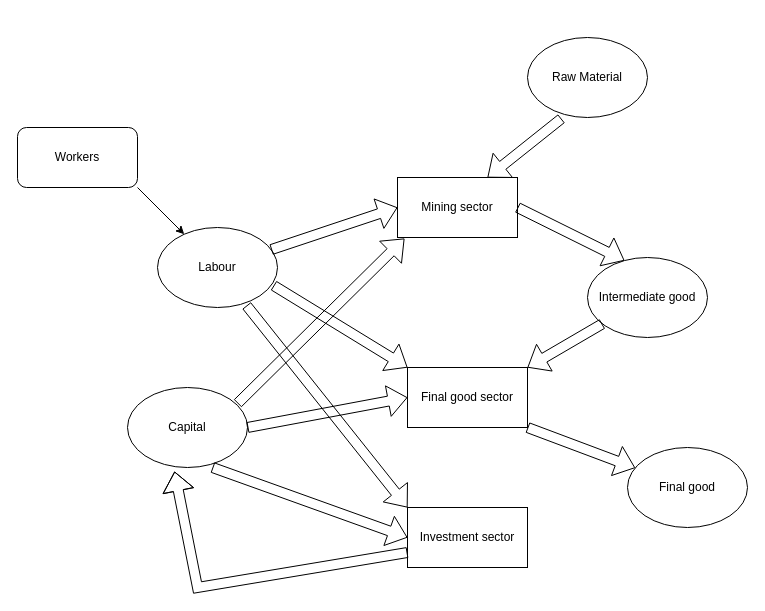
This is Untitled Diagram.drawio from zauster/draw.io, a draw.io file, before an edit. Source tidied: cells renumbered, new cells numbered last; positions are measured from the earlier drawing's top-left corner, leaving out a move shared by most shapes. Both pictures are drawn from the tidied source at 100%, with x=0, y=0 at pixel (17, 37).
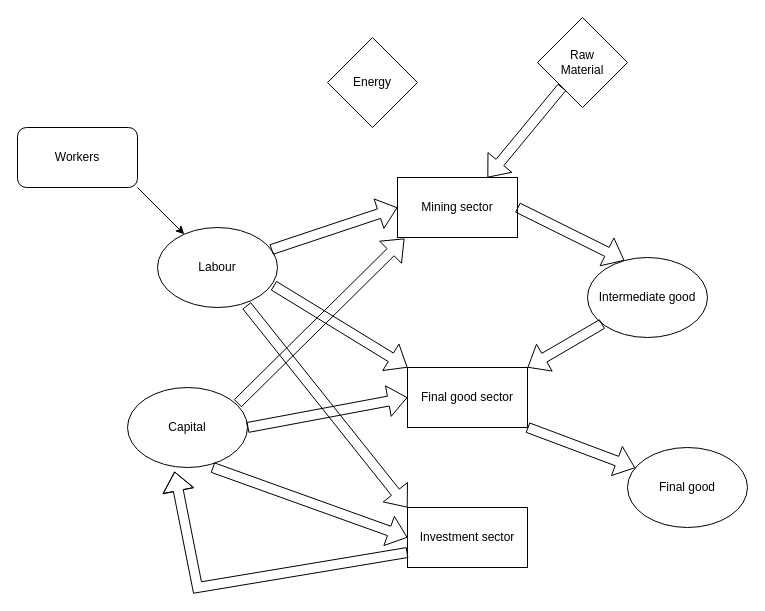
Above is the later version.

Unchanged cells that the change refers to:
```xml
<mxCell id="9" value="Mining sector" style="rounded=0;whiteSpace=wrap;html=1;" parent="1" vertex="1">
  <mxGeometry x="380" y="140" width="120" height="60" as="geometry" />
</mxCell>
```

The edit, as a diff of the source:
```diff
@@
-    <mxCell id="6" value="Raw Material" style="ellipse;whiteSpace=wrap;html=1;shadow=0;gradientColor=none;" parent="1" vertex="1">
-      <mxGeometry x="510" width="120" height="80" as="geometry" />
-    </mxCell>
@@
-    <mxCell id="10" style="shape=flexArrow;endArrow=classic;html=1;rounded=0;exitX=0.283;exitY=1.013;exitDx=0;exitDy=0;exitPerimeter=0;entryX=0.75;entryY=0;entryDx=0;entryDy=0;" parent="1" edge="1" source="6" target="9">
+    <mxCell id="10" style="shape=flexArrow;endArrow=classic;html=1;rounded=0;entryX=0.75;entryY=0;entryDx=0;entryDy=0;" parent="1" edge="1" source="6" target="9">
       <mxGeometry relative="1" as="geometry" />
     </mxCell>
@@
+    <mxCell id="23" value="Energy" style="rhombus;whiteSpace=wrap;html=1;shadow=0;gradientColor=none;" parent="1" vertex="1">
+      <mxGeometry x="310" width="90" height="90" as="geometry" />
+    </mxCell>
+    <mxCell id="6" value="&lt;div&gt;Raw&lt;/div&gt;&lt;div&gt;Material&lt;/div&gt;" style="rhombus;whiteSpace=wrap;html=1;shadow=0;gradientColor=none;" parent="1" vertex="1">
+      <mxGeometry x="520" y="-20" width="90" height="90" as="geometry" />
+    </mxCell>
```
